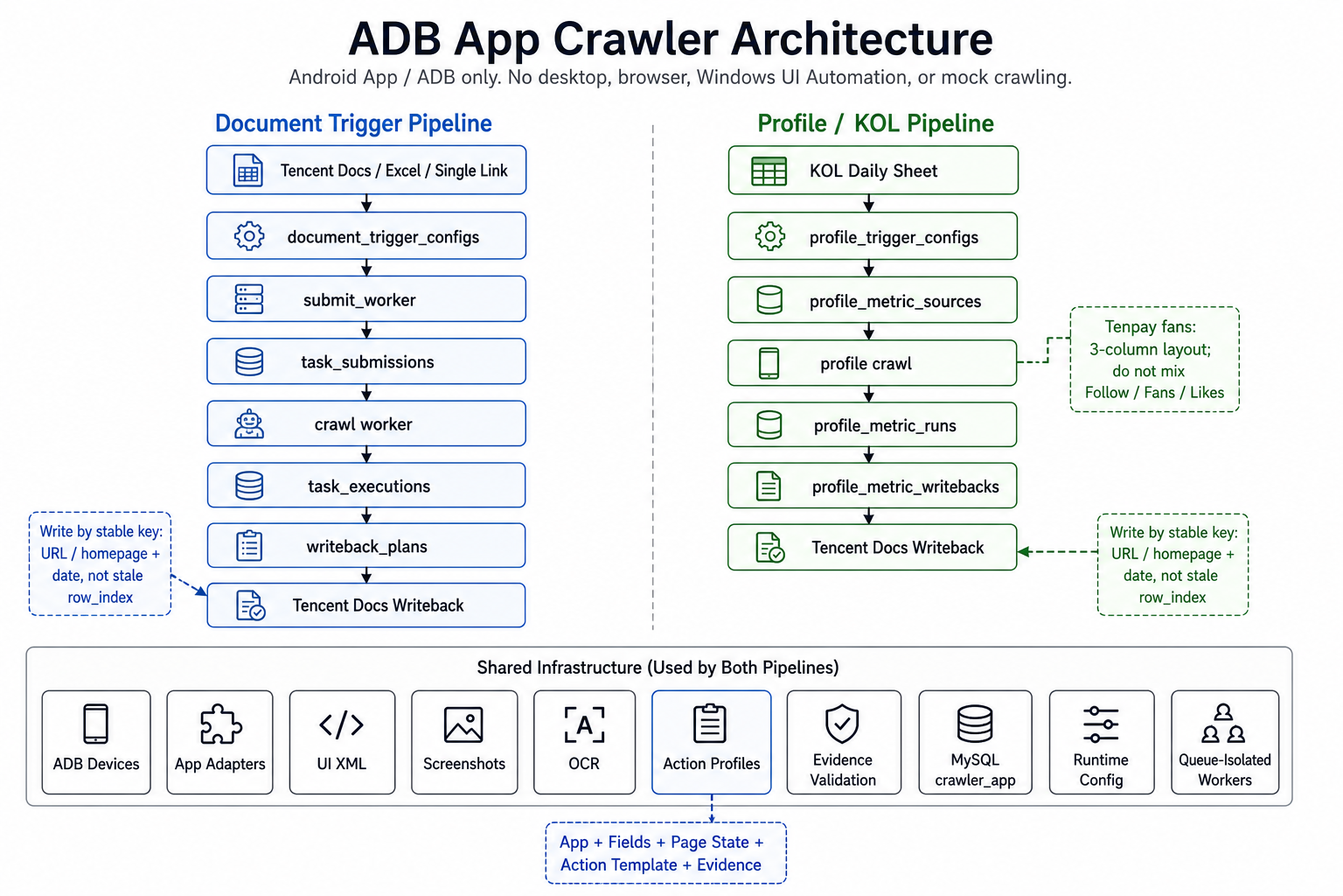
easyLong/adb keeps this Mermaid diagram as docs/assets/adb-crawler-architecture.png. Above is the earlier version. Its source is kept beside it as docs/assets/adb-crawler-architecture.mmd. Source of this version:
```mermaid
flowchart LR

    subgraph ENTRY["Business Inputs"]
        A1["Tencent Docs"]
        A2["Excel"]
        A3["Single Link"]
    end

    subgraph DOCUMENT["Document Trigger Pipeline"]
        D1["document_trigger_configs"]
        D2["document_trigger_bindings"]
        D3["submit_worker"]
        D4["source_rows"]
        D5["task_submissions"]
        D6["crawl worker"]
        D7["task_executions"]
        D8["writeback_plans"]
        D9["Tencent Docs Writeback"]
    end

    subgraph PROFILE["Profile / KOL Pipeline"]
        P1["KOL daily sheet"]
        P2["profile_trigger_configs"]
        P3["profile_trigger_runs"]
        P4["profile_metric_sources"]
        P5["profile crawl"]
        P6["profile_metric_runs"]
        P7["profile_metric_writebacks"]
        P8["Tencent Docs Writeback"]
    end

    subgraph CAPTURE["ADB Capture Core"]
        C1["ADB devices<br/>USB / Wi-Fi"]
        C2["App adapters<br/>alipay / antfortune / tenpay"]
        C3["Action profiles<br/>App + fields + page state"]
        C4["UI XML"]
        C5["Screenshots"]
        C6["OCR"]
        C7["Field extractors"]
        C8["Evidence validation"]
    end

    subgraph STORAGE["Storage / Runtime"]
        S1["MySQL crawler_app"]
        S2["runtime config"]
        S3["Tencent Docs OpenAPI"]
        S4["queue-isolated workers<br/>submit / crawl / writeback / profile"]
        S5["logs + captures"]
    end

    A1 --> D1
    A2 --> D1
    A3 --> D5
    D1 --> D2 --> D3 --> D4 --> D5 --> D6 --> D7 --> D8 --> D9

    A1 --> P1 --> P2 --> P3 --> P4 --> P5 --> P6 --> P7 --> P8

    D6 --> C1
    P5 --> C1
    C1 --> C2 --> C3 --> C4 --> C7 --> C8
    C3 --> C5 --> C6 --> C7

    D1 -. config .-> S1
    P2 -. config .-> S1
    D5 -. queue .-> S1
    D7 -. result .-> S1
    P4 -. queue .-> S1
    P6 -. result .-> S1
    S2 --> S4
    S4 --> D3
    S4 --> D6
    S4 --> D8
    S4 --> P2
    S3 --> A1
    D9 --> S3
    P8 --> S3
    C5 --> S5
    C6 --> S5

    K1["Writeback guard:<br/>locate by URL / homepage + date;<br/>do not trust stale row_index"]
    K2["Tenpay fans guard:<br/>Follow / Fans / Likes are separate columns;<br/>missing Fans value must fail, not borrow adjacent values"]
    K3["Project boundary:<br/>Android App / ADB only;<br/>no desktop, browser, UI Automation, or mock crawling"]

    D8 -.-> K1
    P7 -.-> K1
    C8 -.-> K2
    ENTRY -.-> K3
```
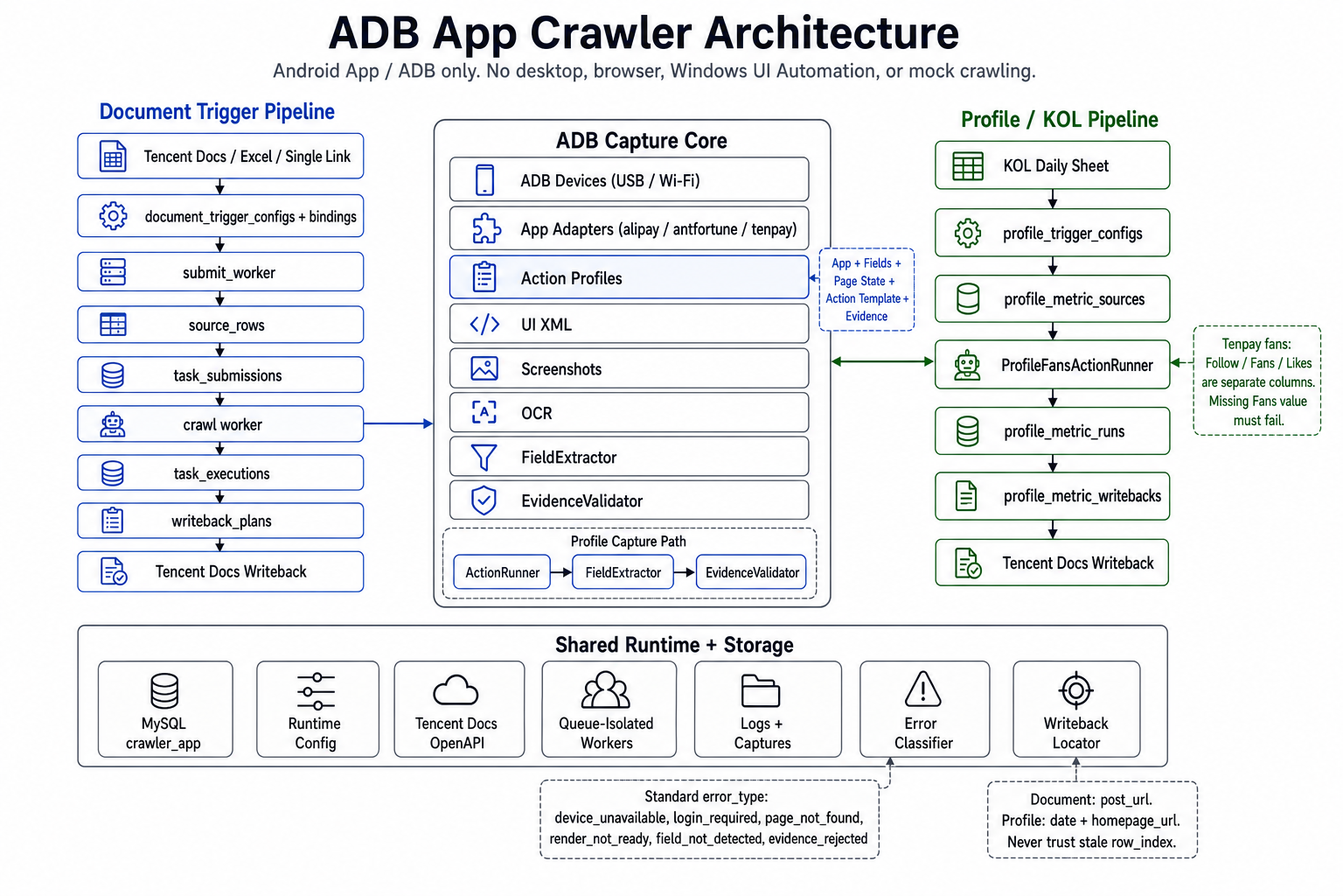
Later version of the same file.

Commit message:
Simplify KOL profile crawl fields

The edit, as a diff of the source:
```diff
@@ -23,7 +23,7 @@
         P2["profile_trigger_configs"]
         P3["profile_trigger_runs"]
         P4["profile_metric_sources"]
-        P5["profile crawl"]
+        P5["ProfileFansActionRunner"]
         P6["profile_metric_runs"]
         P7["profile_metric_writebacks"]
         P8["Tencent Docs Writeback"]
@@ -33,11 +33,12 @@
         C1["ADB devices<br/>USB / Wi-Fi"]
         C2["App adapters<br/>alipay / antfortune / tenpay"]
         C3["Action profiles<br/>App + fields + page state"]
-        C4["UI XML"]
-        C5["Screenshots"]
-        C6["OCR"]
-        C7["Field extractors"]
-        C8["Evidence validation"]
+        C4["ActionRunner"]
+        C5["UI XML"]
+        C6["Screenshots"]
+        C7["OCR"]
+        C8["FieldExtractor"]
+        C9["EvidenceValidator"]
     end
 
     subgraph STORAGE["Storage / Runtime"]
@@ -46,6 +47,8 @@
         S3["Tencent Docs OpenAPI"]
         S4["queue-isolated workers<br/>submit / crawl / writeback / profile"]
         S5["logs + captures"]
+        S6["Error Classifier<br/>standard error_type"]
+        S7["Writeback Locator<br/>post_url / date + homepage_url"]
     end
 
     A1 --> D1
@@ -57,8 +60,8 @@
 
     D6 --> C1
     P5 --> C1
-    C1 --> C2 --> C3 --> C4 --> C7 --> C8
-    C3 --> C5 --> C6 --> C7
+    C1 --> C2 --> C3 --> C4 --> C5 --> C8 --> C9
+    C4 --> C6 --> C7 --> C8
 
     D1 -. config .-> S1
     P2 -. config .-> S1
@@ -74,14 +77,21 @@
     S3 --> A1
     D9 --> S3
     P8 --> S3
-    C5 --> S5
     C6 --> S5
+    C7 --> S5
+    D6 -. errors .-> S6
+    P5 -. errors .-> S6
+    D8 -. locate .-> S7
+    P7 -. locate .-> S7
 
     K1["Writeback guard:<br/>locate by URL / homepage + date;<br/>do not trust stale row_index"]
     K2["Tenpay fans guard:<br/>Follow / Fans / Likes are separate columns;<br/>missing Fans value must fail, not borrow adjacent values"]
     K3["Project boundary:<br/>Android App / ADB only;<br/>no desktop, browser, UI Automation, or mock crawling"]
+    K4["Deep module boundary:<br/>ActionRunner -> FieldExtractor -> EvidenceValidator"]
+    K5["Standard errors:<br/>device_unavailable, login_required,<br/>page_not_found, field_not_detected"]
 
-    D8 -.-> K1
-    P7 -.-> K1
-    C8 -.-> K2
+    S7 -.-> K1
+    C9 -.-> K2
     ENTRY -.-> K3
+    C4 -.-> K4
+    S6 -.-> K5
```
